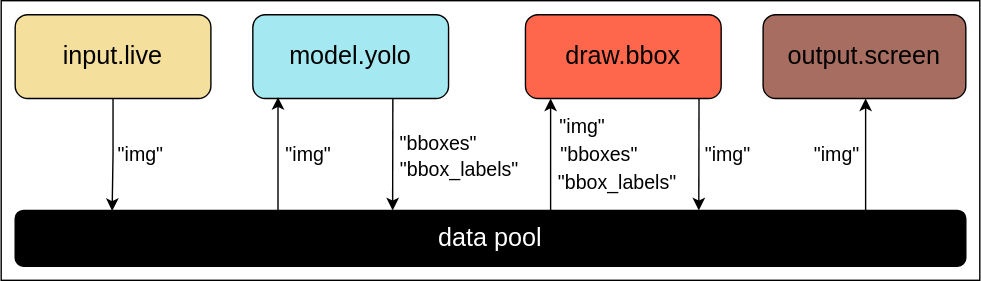
This is diagrams/yolo_demo.drawio.svg from aisingapore/PeekingDuck, a draw.io export, as it was before one commit. Source tidied: cells renumbered, new cells last; positions are measured from the earlier drawing's top-left corner, leaving out a move shared by most shapes.
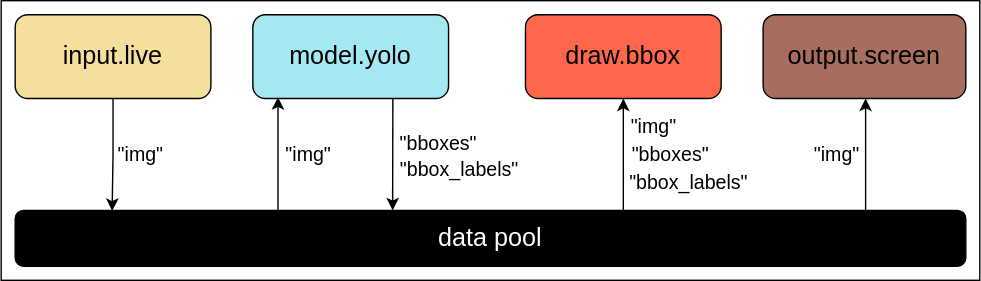
Above is the later version.

Commit message:
node: renamed preprocess category with augment, removed incorrect img return in yolo diagram

Change to the diagram source:
```diff
@@ -22,16 +22,10 @@
     </mxCell>
     <mxCell id="8" style="endArrow=classic;html=1;entryX=0.25;entryY=1;entryDx=0;entryDy=0;" parent="1" edge="1">
       <mxGeometry relative="1" as="geometry">
-        <mxPoint x="393" y="151" as="sourcePoint" />
-        <mxPoint x="393" y="70" as="targetPoint" />
+        <mxPoint x="445" y="151" as="sourcePoint" />
+        <mxPoint x="445" y="70" as="targetPoint" />
       </mxGeometry>
     </mxCell>
-    <mxCell id="9" style="endArrow=classic;html=1;exitX=0.5;exitY=1;exitDx=0;exitDy=0;entryX=0.088;entryY=0;entryDx=0;entryDy=0;entryPerimeter=0;" parent="1" edge="1">
-      <mxGeometry relative="1" as="geometry">
-        <mxPoint x="499.2" y="70" as="sourcePoint" />
-        <mxPoint x="499" y="150" as="targetPoint" />
-      </mxGeometry>
-    </mxCell>
     <mxCell id="10" style="endArrow=classic;html=1;entryX=0.25;entryY=1;entryDx=0;entryDy=0;" parent="1" edge="1">
       <mxGeometry relative="1" as="geometry">
         <mxPoint x="618.3" y="151" as="sourcePoint" />
@@ -51,14 +45,11 @@
       <mxGeometry x="293" y="111" width="70" height="20" as="geometry" />
     </mxCell>
     <mxCell id="15" value="&lt;font style=&quot;font-size: 14px&quot;&gt;&quot;img&quot;&lt;/font&gt;" style="text;html=1;strokeColor=none;fillColor=none;align=center;verticalAlign=middle;whiteSpace=wrap;rounded=0;" parent="1" vertex="1">
-      <mxGeometry x="396" y="80" width="40" height="20" as="geometry" />
+      <mxGeometry x="447" y="80" width="40" height="20" as="geometry" />
     </mxCell>
     <mxCell id="16" value="&lt;font style=&quot;font-size: 14px&quot;&gt;&quot;bboxes&quot;&lt;/font&gt;" style="text;html=1;strokeColor=none;fillColor=none;align=center;verticalAlign=middle;whiteSpace=wrap;rounded=0;" parent="1" vertex="1">
-      <mxGeometry x="393" y="100" width="70" height="20" as="geometry" />
+      <mxGeometry x="444" y="100" width="70" height="20" as="geometry" />
     </mxCell>
-    <mxCell id="17" value="&lt;font style=&quot;font-size: 14px&quot;&gt;&quot;img&quot;&lt;/font&gt;" style="text;html=1;strokeColor=none;fillColor=none;align=center;verticalAlign=middle;whiteSpace=wrap;rounded=0;" parent="1" vertex="1">
-      <mxGeometry x="500" y="100" width="40" height="20" as="geometry" />
-    </mxCell>
     <mxCell id="18" value="&lt;font style=&quot;font-size: 14px&quot;&gt;&quot;img&quot;&lt;/font&gt;" style="text;html=1;strokeColor=none;fillColor=none;align=center;verticalAlign=middle;whiteSpace=wrap;rounded=0;" parent="1" vertex="1">
       <mxGeometry x="578" y="100" width="40" height="20" as="geometry" />
     </mxCell>
@@ -66,7 +57,7 @@
       <mxGeometry x="545" y="10" width="145" height="60" as="geometry" />
     </mxCell>
     <mxCell id="20" value="&lt;font style=&quot;font-size: 14px&quot;&gt;&quot;bbox_labels&quot;&lt;/font&gt;" style="text;html=1;strokeColor=none;fillColor=none;align=center;verticalAlign=middle;whiteSpace=wrap;rounded=0;" parent="1" vertex="1">
-      <mxGeometry x="406" y="120" width="70" height="20" as="geometry" />
+      <mxGeometry x="457" y="120" width="70" height="20" as="geometry" />
     </mxCell>
     <mxCell id="21" style="endArrow=classic;html=1;entryX=0.25;entryY=1;entryDx=0;entryDy=0;" parent="1" edge="1">
       <mxGeometry relative="1" as="geometry">
```
